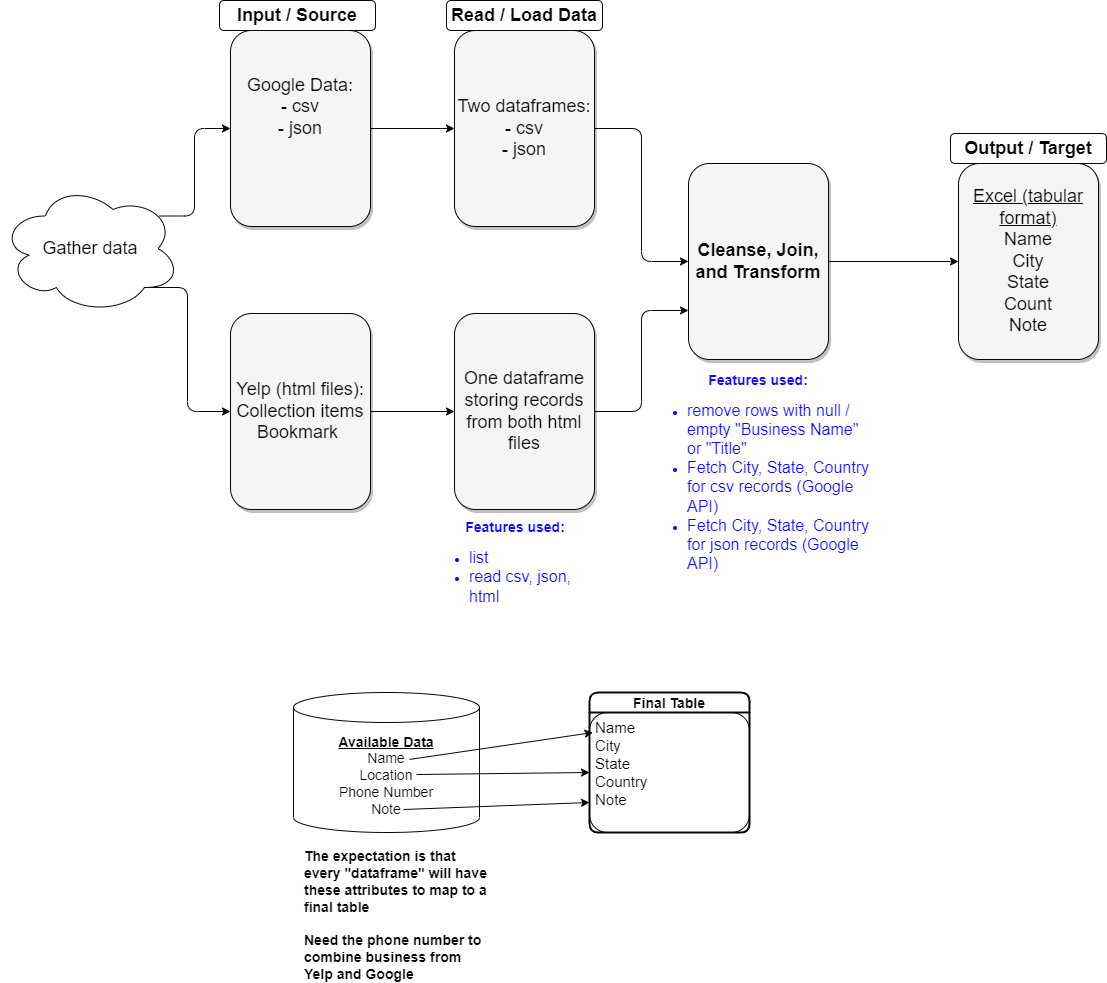
Earlier version of the draw.io export diagram.png (mary-vo/my-google-and-yelp-places). Source tidied: cells renumbered, new cells last; positions are measured from the earlier drawing's top-left corner, leaving out a move shared by most shapes.
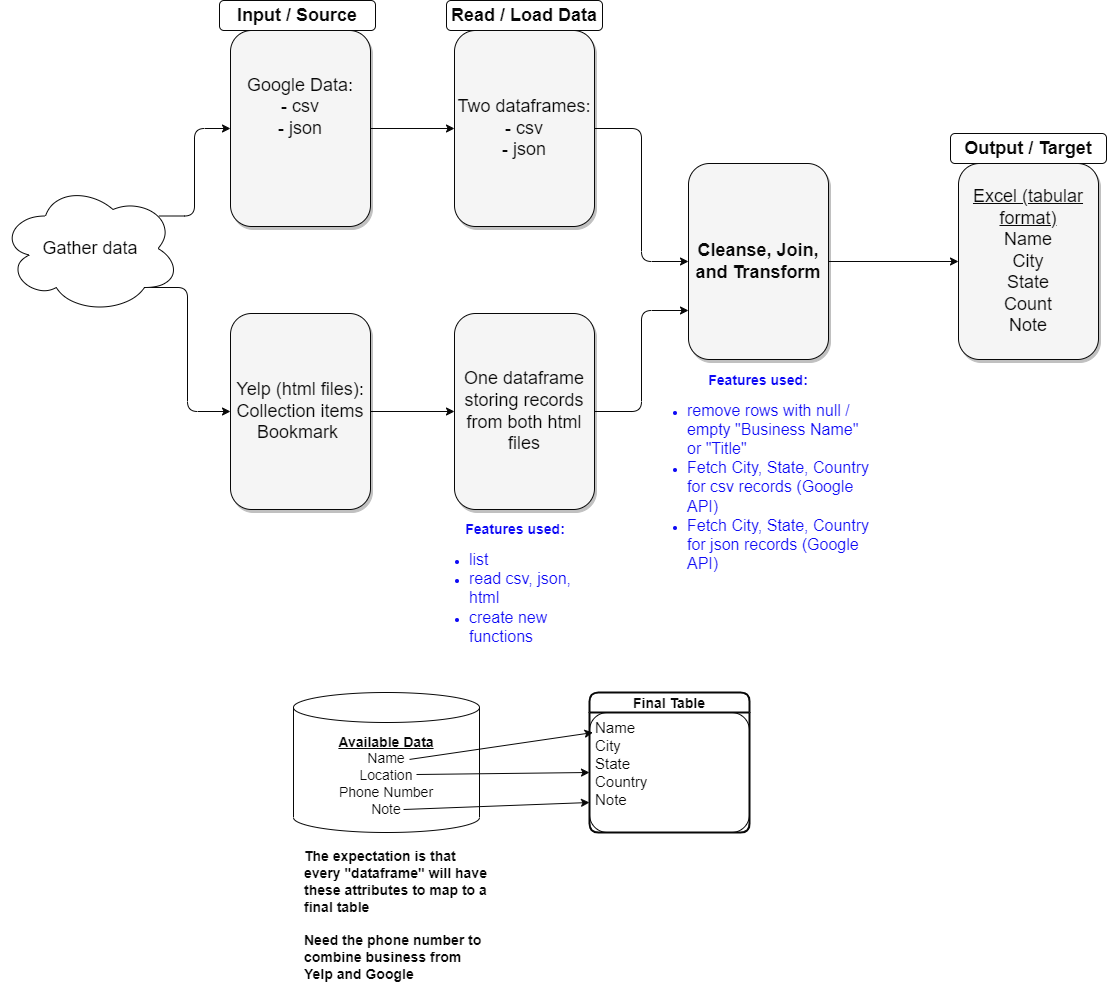
The same file after the commit.

What changed in the source:
```diff
@@ -81,8 +81,8 @@
     <mxCell id="26" value="&lt;font style=&quot;font-size: 14px;&quot;&gt;&lt;b&gt;Features used:&lt;/b&gt;&lt;br&gt;&lt;/font&gt;&lt;ul&gt;&lt;li style=&quot;text-align: left;&quot;&gt;&lt;font size=&quot;3&quot;&gt;remove rows with null / empty &quot;Business Name&quot; or &quot;Title&quot;&amp;nbsp;&lt;/font&gt;&lt;/li&gt;&lt;li style=&quot;text-align: left;&quot;&gt;&lt;font size=&quot;3&quot;&gt;Fetch City, State, Country for csv records (Google API)&lt;/font&gt;&lt;/li&gt;&lt;li style=&quot;border-color: var(--border-color); text-align: left;&quot;&gt;&lt;font style=&quot;border-color: var(--border-color);&quot; size=&quot;3&quot;&gt;Fetch City, State, Country for json records (Google API)&lt;/font&gt;&lt;/li&gt;&lt;/ul&gt;" style="text;strokeColor=none;align=center;fillColor=none;html=1;verticalAlign=middle;whiteSpace=wrap;rounded=1;fontColor=#0e0af5;" parent="1" vertex="1">
       <mxGeometry x="646" y="463" width="224" height="30" as="geometry" />
     </mxCell>
-    <mxCell id="27" value="&lt;font style=&quot;font-size: 14px;&quot;&gt;&lt;b&gt;Features used:&lt;/b&gt;&lt;br&gt;&lt;/font&gt;&lt;ul&gt;&lt;li style=&quot;text-align: left;&quot;&gt;&lt;font size=&quot;3&quot;&gt;list&lt;/font&gt;&lt;/li&gt;&lt;li style=&quot;text-align: left;&quot;&gt;&lt;font size=&quot;3&quot;&gt;read csv, json, html&lt;/font&gt;&lt;/li&gt;&lt;/ul&gt;" style="text;strokeColor=none;align=center;fillColor=none;html=1;verticalAlign=middle;whiteSpace=wrap;rounded=1;fontColor=#0e0af5;" parent="1" vertex="1">
-      <mxGeometry x="428" y="553" width="174" height="30" as="geometry" />
+    <mxCell id="27" value="&lt;font style=&quot;font-size: 14px;&quot;&gt;&lt;b&gt;Features used:&lt;/b&gt;&lt;br&gt;&lt;/font&gt;&lt;ul&gt;&lt;li style=&quot;text-align: left;&quot;&gt;&lt;font size=&quot;3&quot;&gt;list&lt;/font&gt;&lt;/li&gt;&lt;li style=&quot;text-align: left;&quot;&gt;&lt;font size=&quot;3&quot;&gt;read csv, json, html&lt;/font&gt;&lt;/li&gt;&lt;li style=&quot;text-align: left;&quot;&gt;&lt;font size=&quot;3&quot;&gt;create new functions&lt;/font&gt;&lt;/li&gt;&lt;/ul&gt;" style="text;strokeColor=none;align=center;fillColor=none;html=1;verticalAlign=middle;whiteSpace=wrap;rounded=1;fontColor=#0e0af5;" parent="1" vertex="1">
+      <mxGeometry x="428" y="574" width="174" height="30" as="geometry" />
     </mxCell>
   </root>
 </mxGraphModel>
```
